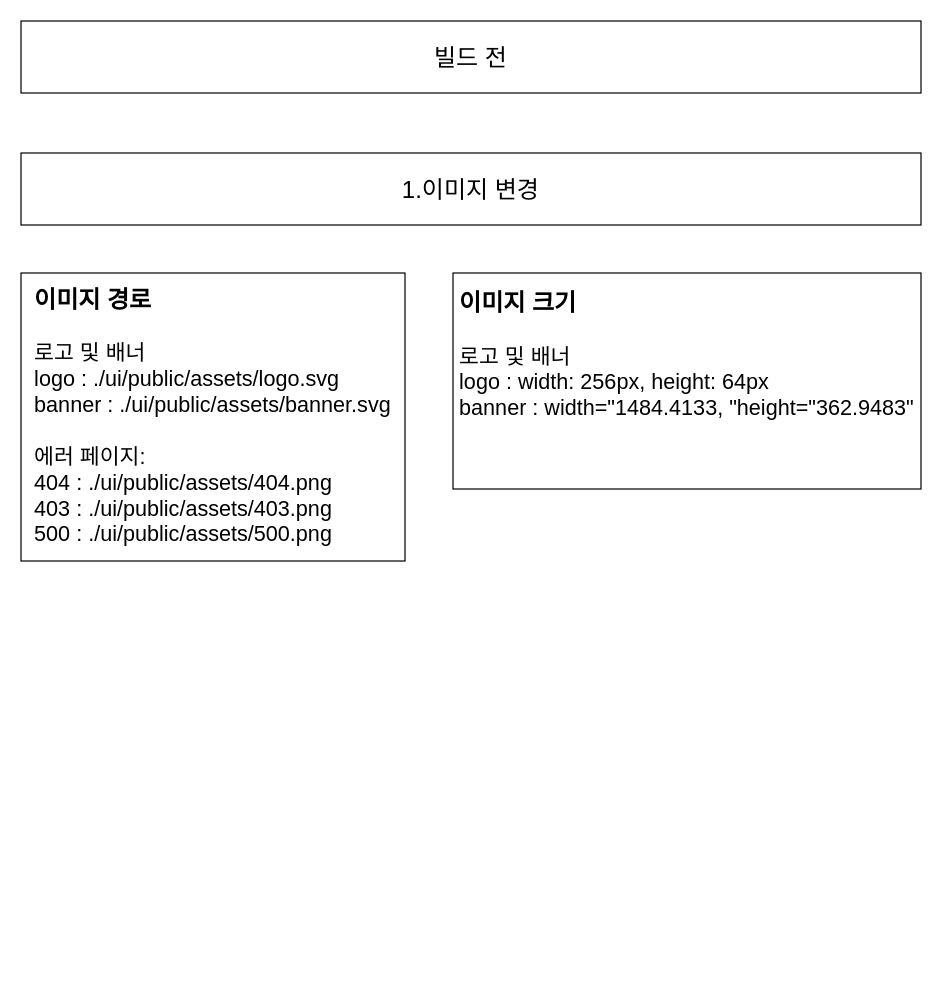
Before: primateUI-customize.drawio in stardom3645/wiki, a draw.io diagram. Source tidied: cells renumbered, new cells numbered last; positions are measured from the earlier drawing's top-left corner, leaving out a move shared by most shapes. Both pictures are drawn from the tidied source at 120%, with x=0, y=0 at pixel (20, 20).
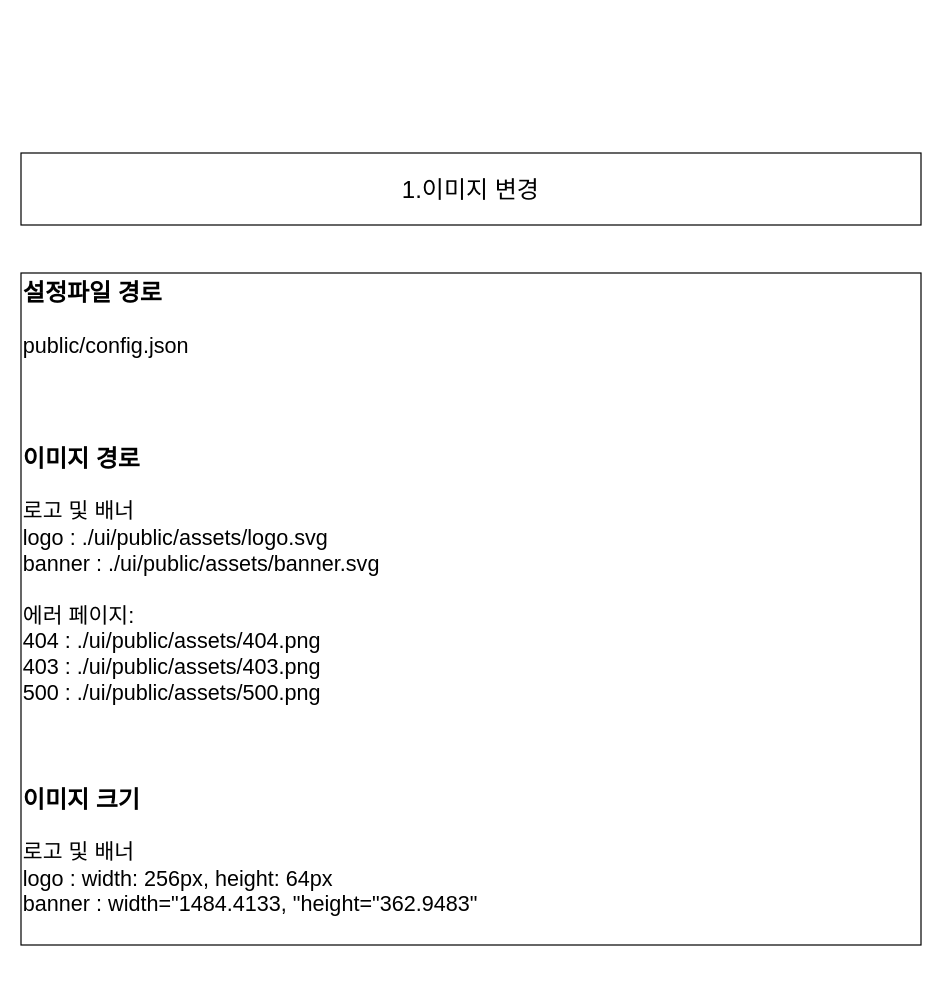
Above is the later version.

Diff of the diagram source:
```diff
@@
 <mxGraphModel background="#ffffff">
   <root>
     <mxCell id="0" />
     <mxCell id="1" parent="0" />
-    <mxCell id="2" value="빌드 전" style="rounded=0;whiteSpace=wrap;html=1;fontSize=20;" parent="1" vertex="1">
-      <mxGeometry width="750" height="60" as="geometry" />
-    </mxCell>
     <mxCell id="3" value="1.이미지 변경" style="rounded=0;whiteSpace=wrap;html=1;fontSize=20;" parent="1" vertex="1">
       <mxGeometry y="110" width="750" height="60" as="geometry" />
     </mxCell>
-    <mxCell id="4" value="&lt;div style=&quot;text-align: left&quot;&gt;&lt;div&gt;&lt;b&gt;&lt;font style=&quot;font-size: 20px&quot;&gt;이미지 경로&lt;/font&gt;&lt;/b&gt;&lt;/div&gt;&lt;div style=&quot;font-size: 18px&quot;&gt;&lt;br&gt;&lt;/div&gt;&lt;div style=&quot;font-size: 18px&quot;&gt;로고 및 배너&lt;/div&gt;&lt;div style=&quot;font-size: 18px&quot;&gt;logo : ./ui/public/assets/logo.svg&lt;/div&gt;&lt;div style=&quot;font-size: 18px&quot;&gt;banner : ./ui/public/assets/banner.svg&lt;/div&gt;&lt;div style=&quot;font-size: 18px&quot;&gt;&amp;nbsp;&amp;nbsp;&lt;/div&gt;&lt;div style=&quot;font-size: 18px&quot;&gt;에러 페이지:&lt;/div&gt;&lt;div style=&quot;font-size: 18px&quot;&gt;404 : ./ui/public/assets/404.png&lt;/div&gt;&lt;div style=&quot;font-size: 18px&quot;&gt;403 : ./ui/public/assets/403.png&lt;/div&gt;&lt;div style=&quot;font-size: 18px&quot;&gt;500 : ./ui/public/assets/500.png&lt;/div&gt;&lt;/div&gt;" style="rounded=0;whiteSpace=wrap;html=1;fontSize=18;" parent="1" vertex="1">
-      <mxGeometry y="210" width="320" height="240" as="geometry" />
+    <mxCell id="4" value="&lt;div&gt;&lt;div&gt;&lt;b&gt;&lt;font style=&quot;font-size: 20px&quot;&gt;&lt;br&gt;&lt;/font&gt;&lt;/b&gt;&lt;/div&gt;&lt;div&gt;&lt;div&gt;&lt;b&gt;&lt;font style=&quot;font-size: 20px&quot;&gt;설정파일 경로&lt;/font&gt;&lt;/b&gt;&lt;/div&gt;&lt;div&gt;&lt;br&gt;&lt;/div&gt;&lt;div&gt;public/config.json&lt;br&gt;&lt;/div&gt;&lt;/div&gt;&lt;div&gt;&lt;br&gt;&lt;/div&gt;&lt;div&gt;&lt;b&gt;&lt;font style=&quot;font-size: 20px&quot;&gt;&lt;br&gt;&lt;/font&gt;&lt;/b&gt;&lt;/div&gt;&lt;div&gt;&lt;b&gt;&lt;font style=&quot;font-size: 20px&quot;&gt;&lt;br&gt;&lt;/font&gt;&lt;/b&gt;&lt;/div&gt;&lt;div&gt;&lt;b&gt;&lt;font style=&quot;font-size: 20px&quot;&gt;이미지 경로&lt;/font&gt;&lt;/b&gt;&lt;/div&gt;&lt;div style=&quot;font-size: 18px&quot;&gt;&lt;br&gt;&lt;/div&gt;&lt;div style=&quot;font-size: 18px&quot;&gt;로고 및 배너&lt;/div&gt;&lt;div style=&quot;font-size: 18px&quot;&gt;logo : ./ui/public/assets/logo.svg&lt;/div&gt;&lt;div style=&quot;font-size: 18px&quot;&gt;banner : ./ui/public/assets/banner.svg&lt;/div&gt;&lt;div style=&quot;font-size: 18px&quot;&gt;&amp;nbsp;&amp;nbsp;&lt;/div&gt;&lt;div style=&quot;font-size: 18px&quot;&gt;에러 페이지:&lt;/div&gt;&lt;div style=&quot;font-size: 18px&quot;&gt;404 : ./ui/public/assets/404.png&lt;/div&gt;&lt;div style=&quot;font-size: 18px&quot;&gt;403 : ./ui/public/assets/403.png&lt;/div&gt;&lt;div style=&quot;font-size: 18px&quot;&gt;500 : ./ui/public/assets/500.png&lt;/div&gt;&lt;/div&gt;&lt;div style=&quot;font-size: 18px&quot;&gt;&lt;br&gt;&lt;/div&gt;&lt;div style=&quot;font-size: 18px&quot;&gt;&lt;br&gt;&lt;/div&gt;&lt;div style=&quot;font-size: 18px&quot;&gt;&lt;br&gt;&lt;/div&gt;&lt;div style=&quot;font-size: 18px&quot;&gt;&lt;div&gt;&lt;span style=&quot;font-size: 20px&quot;&gt;&lt;b&gt;이미지 크기&lt;/b&gt;&lt;/span&gt;&lt;/div&gt;&lt;div&gt;&lt;span&gt;&lt;br&gt;&lt;/span&gt;&lt;/div&gt;&lt;div&gt;&lt;span&gt;로고 및 배너&lt;/span&gt;&lt;br&gt;&lt;/div&gt;&lt;div&gt;logo : width: 256px, height: 64px&lt;/div&gt;&lt;div&gt;banner : width=&quot;1484.4133, &quot;height=&quot;362.9483&quot;&lt;/div&gt;&lt;div&gt;&amp;nbsp;&amp;nbsp;&lt;/div&gt;&lt;div&gt;&lt;br&gt;&lt;/div&gt;&lt;/div&gt;" style="rounded=0;whiteSpace=wrap;html=1;fontSize=18;align=left;" parent="1" vertex="1">
+      <mxGeometry y="210" width="750" height="560" as="geometry" />
     </mxCell>
-    <mxCell id="5" value="&lt;div style=&quot;text-align: left&quot;&gt;&lt;div&gt;&lt;span style=&quot;font-size: 20px&quot;&gt;&lt;b&gt;이미지 크기&lt;/b&gt;&lt;/span&gt;&lt;/div&gt;&lt;div style=&quot;font-size: 18px&quot;&gt;&lt;br&gt;&lt;/div&gt;&lt;div style=&quot;font-size: 18px&quot;&gt;로고 및 배너&lt;/div&gt;&lt;div style=&quot;font-size: 18px&quot;&gt;logo : width: 256px, height: 64px&lt;/div&gt;&lt;div style=&quot;font-size: 18px&quot;&gt;banner : width=&quot;1484.4133, &quot;height=&quot;362.9483&quot;&lt;/div&gt;&lt;div style=&quot;font-size: 18px&quot;&gt;&amp;nbsp;&amp;nbsp;&lt;/div&gt;&lt;div style=&quot;font-size: 18px&quot;&gt;&lt;br&gt;&lt;/div&gt;&lt;/div&gt;" style="rounded=0;whiteSpace=wrap;html=1;fontSize=18;" parent="1" vertex="1">
-      <mxGeometry x="360" y="210" width="390" height="180" as="geometry" />
-    </mxCell>
   </root>
 </mxGraphModel>
```
